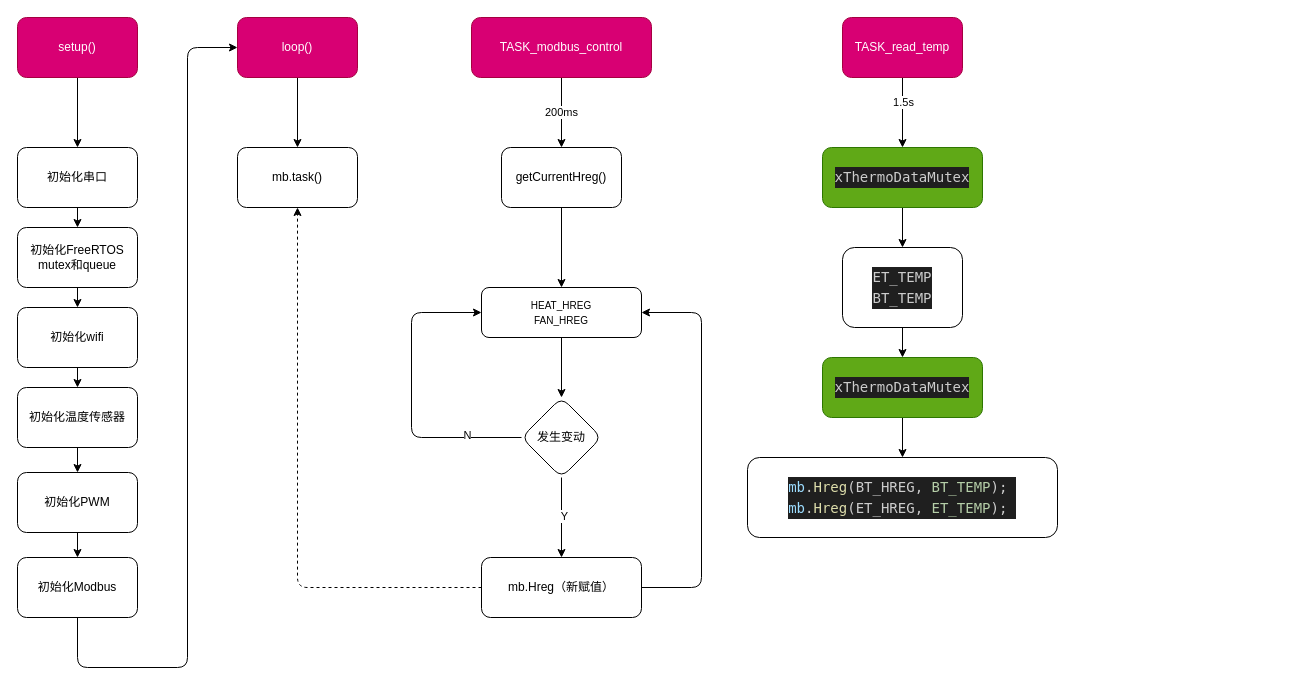
Above: macthbox_pro_control/src/flow.drawio in sakunamary/MatchBox_pro_control (draw.io), before the change. Source tidied: cells renumbered, new cells numbered last; positions are measured from the earlier drawing's top-left corner, leaving out a move shared by most shapes. Both pictures are drawn from the tidied source at 100%, with x=0, y=0 at pixel (17, 17).
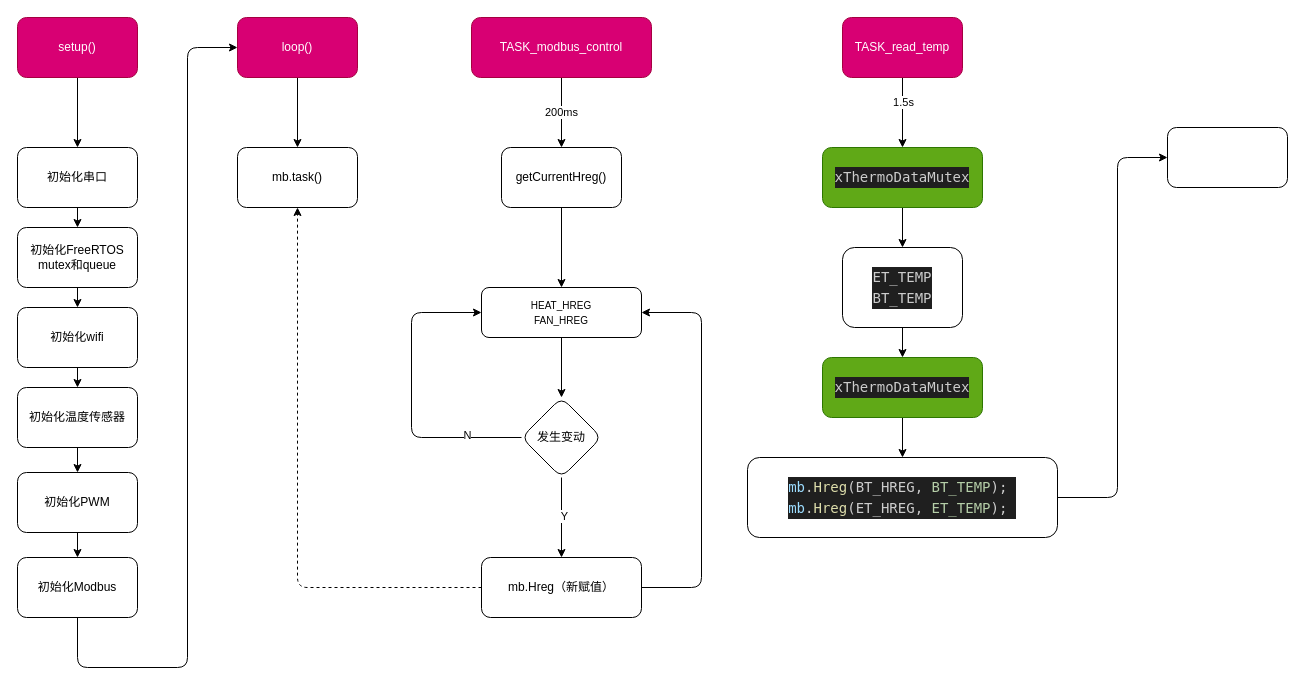
After the change.

Unchanged cells that the change refers to:
```xml
<mxCell id="9" value="&lt;div style=&quot;background-color: rgb(31, 31, 31); font-family: Menlo, Menlo, Menlo, Menlo, Monaco, &amp;quot;Courier New&amp;quot;, monospace; font-size: 14px; line-height: 21px;&quot;&gt;&lt;div style=&quot;&quot;&gt;    &lt;span style=&quot;color: rgb(156, 220, 254);&quot;&gt;mb&lt;/span&gt;&lt;font color=&quot;#cccccc&quot;&gt;.&lt;/font&gt;&lt;span style=&quot;color: rgb(220, 220, 170);&quot;&gt;Hreg&lt;/span&gt;&lt;font color=&quot;#cccccc&quot;&gt;(BT_HREG, &lt;/font&gt;&lt;font color=&quot;#b5cea8&quot;&gt;BT_TEMP&lt;/font&gt;&lt;font color=&quot;#cccccc&quot;&gt;);&lt;/font&gt;&lt;span style=&quot;color: rgb(106, 153, 85);&quot;&gt;&amp;nbsp;&lt;/span&gt;&lt;/div&gt;&lt;div style=&quot;&quot;&gt;&lt;span style=&quot;color: rgb(204, 204, 204);&quot;&gt;    &lt;span style=&quot;color: #9cdcfe;&quot;&gt;mb&lt;/span&gt;.&lt;span style=&quot;color: #dcdcaa;&quot;&gt;Hreg&lt;/span&gt;(ET_HREG, &lt;/span&gt;&lt;font color=&quot;#b5cea8&quot;&gt;ET_TEMP&lt;/font&gt;&lt;font color=&quot;#cccccc&quot;&gt;);&lt;/font&gt;&lt;span style=&quot;color: rgb(106, 153, 85);&quot;&gt;&amp;nbsp;&lt;/span&gt;&lt;/div&gt;&lt;/div&gt;" style="rounded=1;whiteSpace=wrap;html=1;" parent="1" vertex="1">
  <mxGeometry x="730" y="440" width="310" height="80" as="geometry" />
</mxCell>
```

Change to the diagram source:
```diff
@@
+    <mxCell id="43" style="edgeStyle=none;html=1;entryX=0;entryY=0.5;entryDx=0;entryDy=0;exitX=1;exitY=0.5;exitDx=0;exitDy=0;" parent="1" edge="1" source="9" target="44">
+      <mxGeometry relative="1" as="geometry">
+        <Array as="points">
+          <mxPoint x="1100" y="480" />
+          <mxPoint x="1100" y="140" />
+        </Array>
+      </mxGeometry>
+    </mxCell>
@@
+    <mxCell id="44" style="whiteSpace=wrap;html=1;rounded=1;" parent="1" vertex="1">
+      <mxGeometry x="1150" y="110" width="120" height="60" as="geometry" />
+    </mxCell>
```
